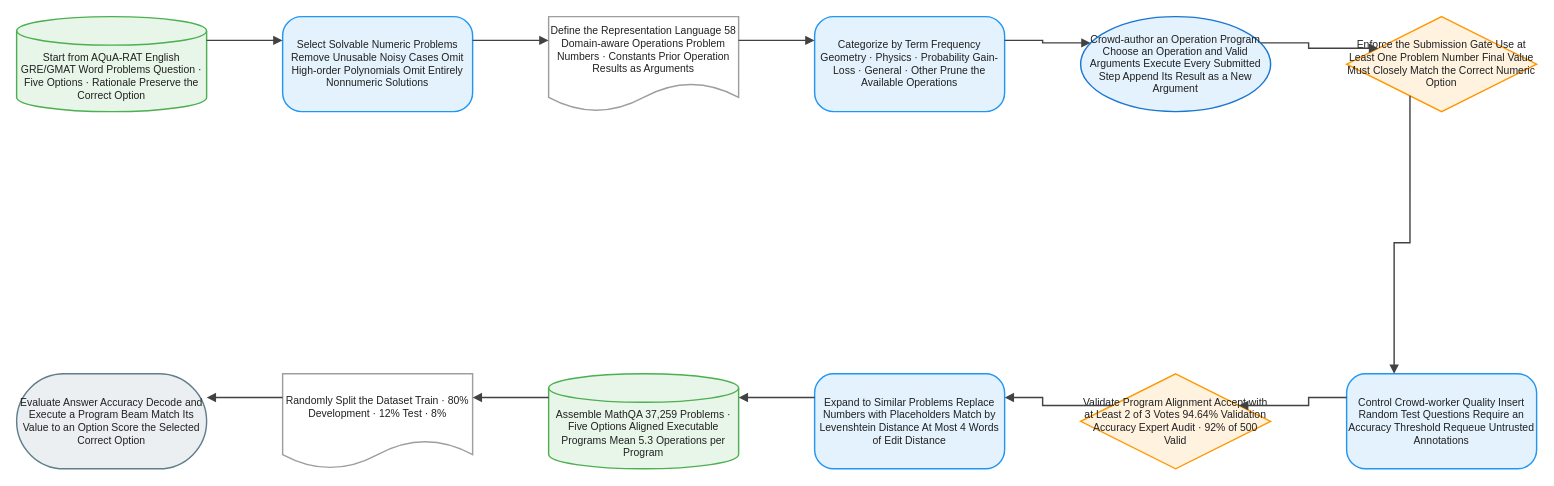
Above: client/public/drawio/MATHQA/MATHQA.en.drawio in joe1chief/benchmark-hub (draw.io), before the change. Source tidied: cells renumbered, new cells numbered last; positions are measured from the earlier drawing's top-left corner, leaving out a move shared by most shapes. Both pictures are drawn from the tidied source at 95%, with x=0, y=0 at pixel (16, 16).
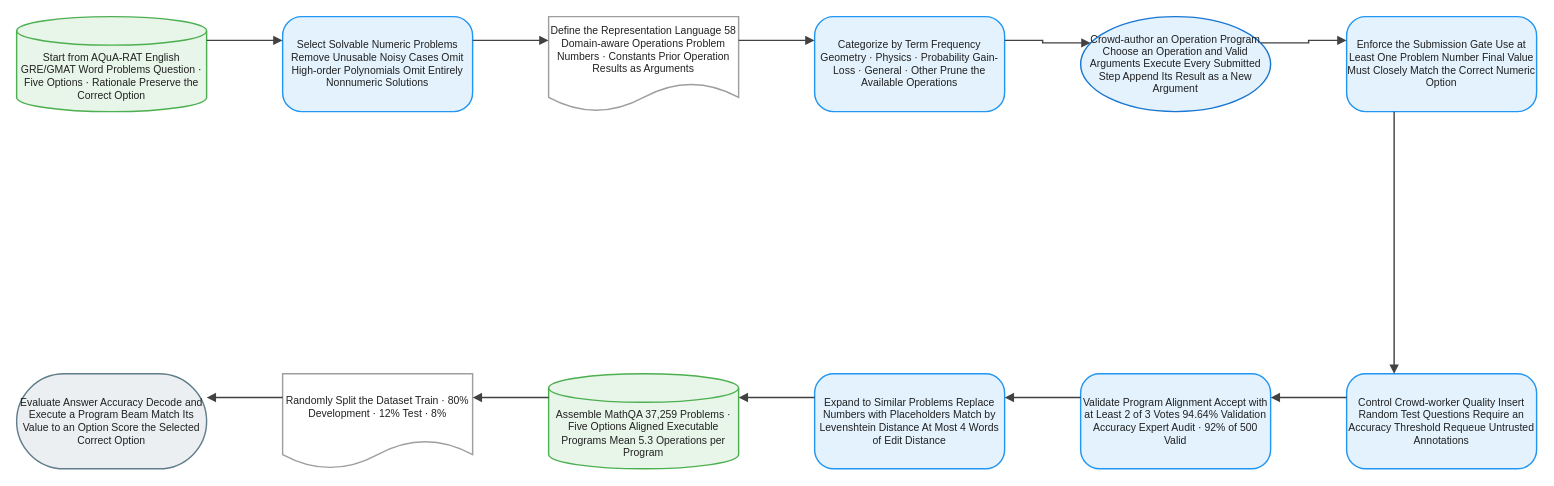
The same diagram, later.

The edit, as a diff of the source:
```diff
@@
-    <mxCell id="7" value="Enforce the Submission Gate Use at Least One Problem Number Final Value Must Closely Match the Correct Numeric Option" style="rhombus;html=1;whiteSpace=wrap;fillColor=#FFF3E0;strokeColor=#FF9800;strokeWidth=1.5;fontColor=#212121;fontSize=11;fontFamily=Arial, Helvetica, sans-serif;verticalAlign=middle;align=center;" parent="1" vertex="1">
+    <mxCell id="7" value="Enforce the Submission Gate Use at Least One Problem Number Final Value Must Closely Match the Correct Numeric Option" style="rounded=1;arcSize=20;html=1;whiteSpace=wrap;fillColor=#E3F2FD;strokeColor=#2196F3;strokeWidth=1.5;fontColor=#212121;fontSize=11;fontFamily=Arial, Helvetica, sans-serif;verticalAlign=middle;align=center;" parent="1" vertex="1">
       <mxGeometry x="1400" width="200" height="100" as="geometry" />
     </mxCell>
@@
-    <mxCell id="9" value="Validate Program Alignment Accept with at Least 2 of 3 Votes 94.64% Validation Accuracy Expert Audit · 92% of 500 Valid" style="rhombus;html=1;whiteSpace=wrap;fillColor=#FFF3E0;strokeColor=#FF9800;strokeWidth=1.5;fontColor=#212121;fontSize=11;fontFamily=Arial, Helvetica, sans-serif;verticalAlign=middle;align=center;" parent="1" vertex="1">
+    <mxCell id="9" value="Validate Program Alignment Accept with at Least 2 of 3 Votes 94.64% Validation Accuracy Expert Audit · 92% of 500 Valid" style="rounded=1;arcSize=20;html=1;whiteSpace=wrap;fillColor=#E3F2FD;strokeColor=#2196F3;strokeWidth=1.5;fontColor=#212121;fontSize=11;fontFamily=Arial, Helvetica, sans-serif;verticalAlign=middle;align=center;" parent="1" vertex="1">
       <mxGeometry x="1120" y="376" width="200" height="100" as="geometry" />
     </mxCell>
```
